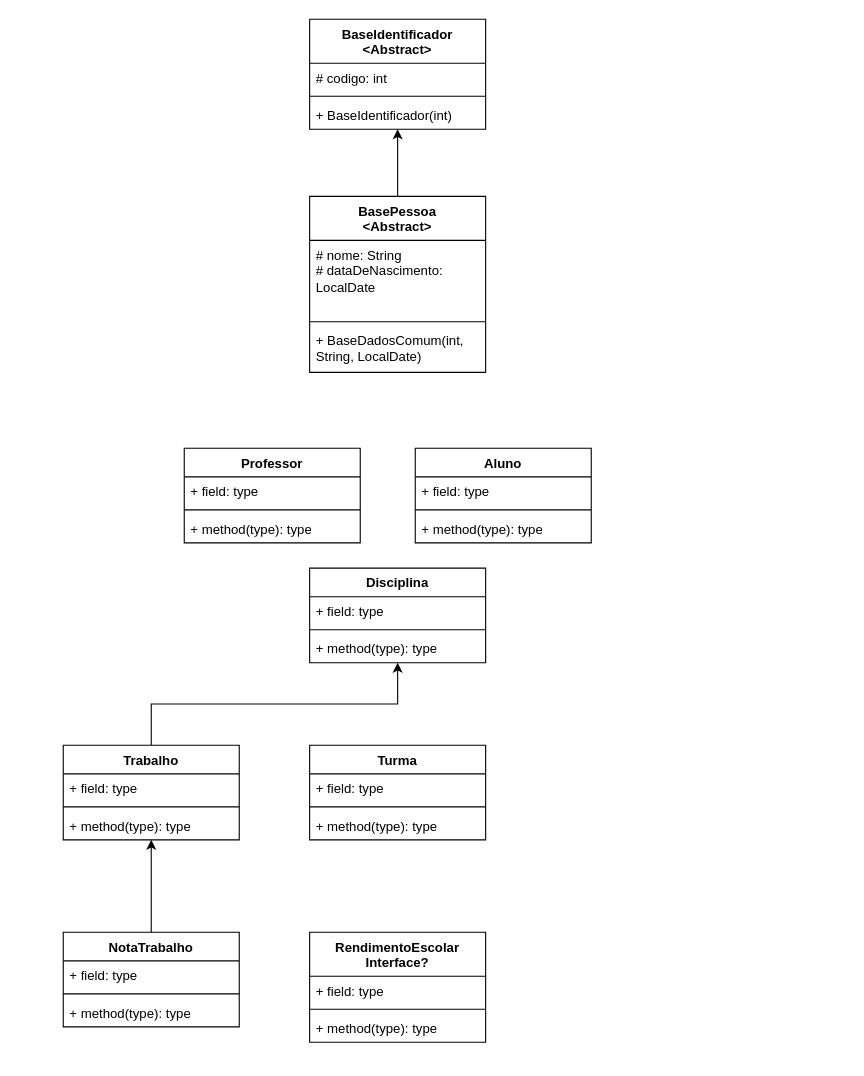
Before: Projeto Java.drawio in Le0nam/Projeto-Java, a draw.io diagram. Source tidied: cells renumbered, new cells numbered last; positions are measured from the earlier drawing's top-left corner, leaving out a move shared by most shapes. Both pictures are drawn from the tidied source at 110%, with x=0, y=0 at pixel (63, 19).
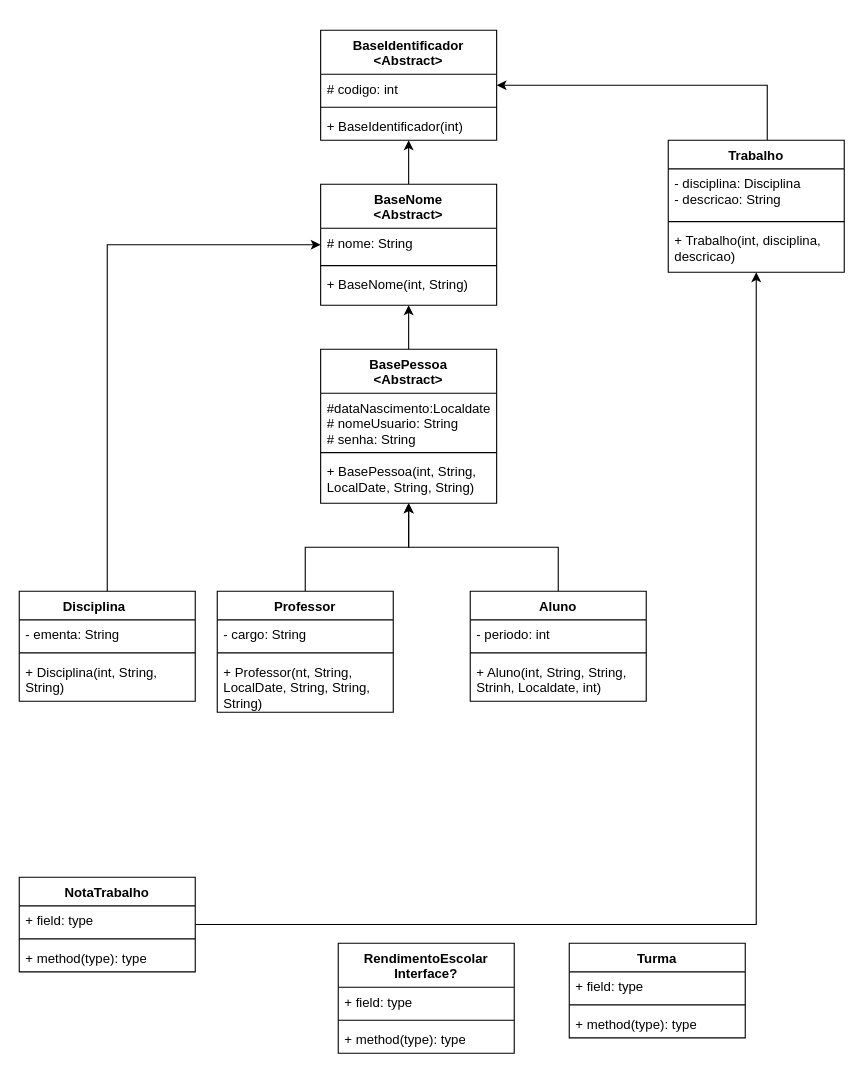
After the change.

Change to the diagram source:
```diff
@@
     <mxCell id="2" value="BaseIdentificador&lt;br&gt;&amp;lt;Abstract&amp;gt;" style="swimlane;fontStyle=1;align=center;verticalAlign=top;horizontal=1;startSize=40;whiteSpace=wrap;html=1;" parent="1" vertex="1">
-      <mxGeometry x="224" width="160" height="100" as="geometry" />
+      <mxGeometry x="234" y="10" width="160" height="100" as="geometry" />
     </mxCell>
@@
-    <mxCell id="4" style="line;strokeWidth=1;fillColor=none;align=left;verticalAlign=middle;spacingTop=-1;spacingLeft=3;spacingRight=3;labelPosition=right;strokeColor=inherit;" parent="2" vertex="1">
-      <mxGeometry y="66" width="160" height="8" as="geometry" />
-    </mxCell>
+    <mxCell id="41" style="line;strokeWidth=1;fillColor=none;align=left;verticalAlign=middle;spacingTop=-1;spacingLeft=3;spacingRight=3;labelPosition=right;strokeColor=inherit;" parent="2" vertex="1">
+      <mxGeometry y="66" width="160" height="8" as="geometry" />
+    </mxCell>
@@
+    <mxCell id="42" style="edgeStyle=orthogonalEdgeStyle;rounded=0;jettySize=auto;html=1;" parent="1" edge="1" source="6" target="15">
+      <mxGeometry relative="1" as="geometry" />
+    </mxCell>
     <mxCell id="6" value="Professor" style="swimlane;fontStyle=1;align=center;verticalAlign=top;horizontal=1;startSize=26;whiteSpace=wrap;html=1;" parent="1" vertex="1">
-      <mxGeometry x="110" y="390" width="160" height="86" as="geometry" />
+      <mxGeometry x="140" y="520" width="160" height="110" as="geometry" />
     </mxCell>
-    <mxCell id="7" value="+ field: type" style="text;strokeColor=none;fillColor=none;align=left;verticalAlign=top;spacingLeft=4;spacingRight=4;overflow=hidden;whiteSpace=wrap;html=1;" parent="6" vertex="1">
-      <mxGeometry y="26" width="160" height="26" as="geometry" />
-    </mxCell>
-    <mxCell id="8" style="line;strokeWidth=1;fillColor=none;align=left;verticalAlign=middle;spacingTop=-1;spacingLeft=3;spacingRight=3;labelPosition=right;strokeColor=inherit;" parent="6" vertex="1">
-      <mxGeometry y="52" width="160" height="8" as="geometry" />
-    </mxCell>
-    <mxCell id="9" value="+ method(type): type" style="text;strokeColor=none;fillColor=none;align=left;verticalAlign=top;spacingLeft=4;spacingRight=4;overflow=hidden;whiteSpace=wrap;html=1;" parent="6" vertex="1">
-      <mxGeometry y="60" width="160" height="26" as="geometry" />
-    </mxCell>
+    <mxCell id="43" value="- cargo: String" style="text;strokeColor=none;fillColor=none;align=left;verticalAlign=top;spacingLeft=4;spacingRight=4;overflow=hidden;whiteSpace=wrap;html=1;" parent="6" vertex="1">
+      <mxGeometry y="26" width="160" height="26" as="geometry" />
+    </mxCell>
+    <mxCell id="44" style="line;strokeWidth=1;fillColor=none;align=left;verticalAlign=middle;spacingTop=-1;spacingLeft=3;spacingRight=3;labelPosition=right;strokeColor=inherit;" parent="6" vertex="1">
+      <mxGeometry y="52" width="160" height="8" as="geometry" />
+    </mxCell>
+    <mxCell id="45" value="+ Professor(nt, String, LocalDate, String, String, String)" style="text;strokeColor=none;fillColor=none;align=left;verticalAlign=top;spacingLeft=4;spacingRight=4;overflow=hidden;whiteSpace=wrap;html=1;" parent="6" vertex="1">
+      <mxGeometry y="60" width="160" height="50" as="geometry" />
+    </mxCell>
+    <mxCell id="46" style="edgeStyle=orthogonalEdgeStyle;rounded=0;jettySize=auto;html=1;" parent="1" edge="1" source="10" target="51">
+      <mxGeometry relative="1" as="geometry">
+        <Array as="points">
+          <mxPoint x="40" y="205" />
+        </Array>
+      </mxGeometry>
+    </mxCell>
-    <mxCell id="10" value="Disciplina" style="swimlane;fontStyle=1;align=center;verticalAlign=top;horizontal=1;startSize=26;whiteSpace=wrap;html=1;" parent="1" vertex="1">
-      <mxGeometry x="224" y="499" width="160" height="86" as="geometry" />
+    <mxCell id="10" value="Disciplina&lt;span style=&quot;white-space: pre;&quot;&gt;&#9;&lt;/span&gt;" style="swimlane;fontStyle=1;align=center;verticalAlign=top;horizontal=1;startSize=26;whiteSpace=wrap;html=1;" parent="1" vertex="1">
+      <mxGeometry x="-40" y="520" width="160" height="100" as="geometry" />
     </mxCell>
-    <mxCell id="11" value="+ field: type" style="text;strokeColor=none;fillColor=none;align=left;verticalAlign=top;spacingLeft=4;spacingRight=4;overflow=hidden;whiteSpace=wrap;html=1;" parent="10" vertex="1">
-      <mxGeometry y="26" width="160" height="26" as="geometry" />
-    </mxCell>
-    <mxCell id="12" style="line;strokeWidth=1;fillColor=none;align=left;verticalAlign=middle;spacingTop=-1;spacingLeft=3;spacingRight=3;labelPosition=right;strokeColor=inherit;" parent="10" vertex="1">
-      <mxGeometry y="52" width="160" height="8" as="geometry" />
-    </mxCell>
-    <mxCell id="13" value="+ method(type): type" style="text;strokeColor=none;fillColor=none;align=left;verticalAlign=top;spacingLeft=4;spacingRight=4;overflow=hidden;whiteSpace=wrap;html=1;" parent="10" vertex="1">
-      <mxGeometry y="60" width="160" height="26" as="geometry" />
-    </mxCell>
-    <mxCell id="14" style="edgeStyle=orthogonalEdgeStyle;rounded=0;jettySize=auto;html=1;" parent="1" edge="1" source="15" target="2">
-      <mxGeometry relative="1" as="geometry" />
-    </mxCell>
-    <mxCell id="15" value="BasePessoa&lt;br&gt;&amp;lt;Abstract&amp;gt;" style="swimlane;fontStyle=1;align=center;verticalAlign=top;horizontal=1;startSize=40;whiteSpace=wrap;html=1;" parent="1" vertex="1">
-      <mxGeometry x="224" y="161" width="160" height="160" as="geometry" />
-    </mxCell>
-    <mxCell id="16" value="# nome: String&lt;br&gt;# dataDeNascimento:&lt;br&gt;LocalDate&lt;br&gt;" style="text;strokeColor=none;fillColor=none;align=left;verticalAlign=top;spacingLeft=4;spacingRight=4;overflow=hidden;whiteSpace=wrap;html=1;" parent="15" vertex="1">
-      <mxGeometry y="40" width="160" height="70" as="geometry" />
-    </mxCell>
-    <mxCell id="17" style="line;strokeWidth=1;fillColor=none;align=left;verticalAlign=middle;spacingTop=-1;spacingLeft=3;spacingRight=3;labelPosition=right;strokeColor=inherit;" parent="15" vertex="1">
-      <mxGeometry y="110" width="160" height="8" as="geometry" />
-    </mxCell>
-    <mxCell id="18" value="+ BaseDadosComum(int, String, LocalDate)" style="text;strokeColor=none;fillColor=none;align=left;verticalAlign=top;spacingLeft=4;spacingRight=4;overflow=hidden;whiteSpace=wrap;html=1;" parent="15" vertex="1">
-      <mxGeometry y="118" width="160" height="42" as="geometry" />
-    </mxCell>
+    <mxCell id="47" value="- ementa: String" style="text;strokeColor=none;fillColor=none;align=left;verticalAlign=top;spacingLeft=4;spacingRight=4;overflow=hidden;whiteSpace=wrap;html=1;" parent="10" vertex="1">
+      <mxGeometry y="26" width="160" height="26" as="geometry" />
+    </mxCell>
+    <mxCell id="48" style="line;strokeWidth=1;fillColor=none;align=left;verticalAlign=middle;spacingTop=-1;spacingLeft=3;spacingRight=3;labelPosition=right;strokeColor=inherit;" parent="10" vertex="1">
+      <mxGeometry y="52" width="160" height="8" as="geometry" />
+    </mxCell>
+    <mxCell id="49" value="+ Disciplina(int, String, String)" style="text;strokeColor=none;fillColor=none;align=left;verticalAlign=top;spacingLeft=4;spacingRight=4;overflow=hidden;whiteSpace=wrap;html=1;" parent="10" vertex="1">
+      <mxGeometry y="60" width="160" height="40" as="geometry" />
+    </mxCell>
+    <mxCell id="50" style="edgeStyle=orthogonalEdgeStyle;rounded=0;jettySize=auto;html=1;" parent="1" edge="1" source="51" target="2">
+      <mxGeometry relative="1" as="geometry" />
+    </mxCell>
+    <mxCell id="51" value="BaseNome&lt;br&gt;&amp;lt;Abstract&amp;gt;" style="swimlane;fontStyle=1;align=center;verticalAlign=top;horizontal=1;startSize=40;whiteSpace=wrap;html=1;" parent="1" vertex="1">
+      <mxGeometry x="234" y="150" width="160" height="110" as="geometry" />
+    </mxCell>
+    <mxCell id="52" value="# nome: String&lt;br&gt;" style="text;strokeColor=none;fillColor=none;align=left;verticalAlign=top;spacingLeft=4;spacingRight=4;overflow=hidden;whiteSpace=wrap;html=1;" parent="51" vertex="1">
+      <mxGeometry y="40" width="160" height="30" as="geometry" />
+    </mxCell>
+    <mxCell id="53" style="line;strokeWidth=1;fillColor=none;align=left;verticalAlign=middle;spacingTop=-1;spacingLeft=3;spacingRight=3;labelPosition=right;strokeColor=inherit;" parent="51" vertex="1">
+      <mxGeometry y="70" width="160" height="8" as="geometry" />
+    </mxCell>
+    <mxCell id="54" value="+ BaseNome(int, String)" style="text;strokeColor=none;fillColor=none;align=left;verticalAlign=top;spacingLeft=4;spacingRight=4;overflow=hidden;whiteSpace=wrap;html=1;" parent="51" vertex="1">
+      <mxGeometry y="78" width="160" height="32" as="geometry" />
+    </mxCell>
     <mxCell id="19" value="Turma" style="swimlane;fontStyle=1;align=center;verticalAlign=top;horizontal=1;startSize=26;whiteSpace=wrap;html=1;" parent="1" vertex="1">
-      <mxGeometry x="224" y="660" width="160" height="86" as="geometry" />
+      <mxGeometry x="460" y="840" width="160" height="86" as="geometry" />
     </mxCell>
-    <mxCell id="20" value="+ field: type" style="text;strokeColor=none;fillColor=none;align=left;verticalAlign=top;spacingLeft=4;spacingRight=4;overflow=hidden;whiteSpace=wrap;html=1;" parent="19" vertex="1">
-      <mxGeometry y="26" width="160" height="26" as="geometry" />
-    </mxCell>
-    <mxCell id="21" style="line;strokeWidth=1;fillColor=none;align=left;verticalAlign=middle;spacingTop=-1;spacingLeft=3;spacingRight=3;labelPosition=right;strokeColor=inherit;" parent="19" vertex="1">
-      <mxGeometry y="52" width="160" height="8" as="geometry" />
-    </mxCell>
-    <mxCell id="22" value="+ method(type): type" style="text;strokeColor=none;fillColor=none;align=left;verticalAlign=top;spacingLeft=4;spacingRight=4;overflow=hidden;whiteSpace=wrap;html=1;" parent="19" vertex="1">
-      <mxGeometry y="60" width="160" height="26" as="geometry" />
-    </mxCell>
-    <mxCell id="23" style="edgeStyle=orthogonalEdgeStyle;rounded=0;jettySize=auto;html=1;exitX=0.5;exitY=0;exitDx=0;exitDy=0;" parent="1" edge="1" source="24" target="10">
-      <mxGeometry relative="1" as="geometry" />
-    </mxCell>
+    <mxCell id="55" value="+ field: type" style="text;strokeColor=none;fillColor=none;align=left;verticalAlign=top;spacingLeft=4;spacingRight=4;overflow=hidden;whiteSpace=wrap;html=1;" parent="19" vertex="1">
+      <mxGeometry y="26" width="160" height="26" as="geometry" />
+    </mxCell>
+    <mxCell id="56" style="line;strokeWidth=1;fillColor=none;align=left;verticalAlign=middle;spacingTop=-1;spacingLeft=3;spacingRight=3;labelPosition=right;strokeColor=inherit;" parent="19" vertex="1">
+      <mxGeometry y="52" width="160" height="8" as="geometry" />
+    </mxCell>
+    <mxCell id="57" value="+ method(type): type" style="text;strokeColor=none;fillColor=none;align=left;verticalAlign=top;spacingLeft=4;spacingRight=4;overflow=hidden;whiteSpace=wrap;html=1;" parent="19" vertex="1">
+      <mxGeometry y="60" width="160" height="26" as="geometry" />
+    </mxCell>
+    <mxCell id="58" style="edgeStyle=orthogonalEdgeStyle;rounded=0;jettySize=auto;html=1;" parent="1" edge="1" source="24" target="2">
+      <mxGeometry relative="1" as="geometry">
+        <Array as="points">
+          <mxPoint x="640" y="60" />
+        </Array>
+      </mxGeometry>
+    </mxCell>
     <mxCell id="24" value="Trabalho" style="swimlane;fontStyle=1;align=center;verticalAlign=top;horizontal=1;startSize=26;whiteSpace=wrap;html=1;" parent="1" vertex="1">
-      <mxGeometry y="660" width="160" height="86" as="geometry" />
+      <mxGeometry x="550" y="110" width="160" height="120" as="geometry" />
     </mxCell>
-    <mxCell id="25" value="+ field: type" style="text;strokeColor=none;fillColor=none;align=left;verticalAlign=top;spacingLeft=4;spacingRight=4;overflow=hidden;whiteSpace=wrap;html=1;" parent="24" vertex="1">
-      <mxGeometry y="26" width="160" height="26" as="geometry" />
-    </mxCell>
-    <mxCell id="26" style="line;strokeWidth=1;fillColor=none;align=left;verticalAlign=middle;spacingTop=-1;spacingLeft=3;spacingRight=3;labelPosition=right;strokeColor=inherit;" parent="24" vertex="1">
-      <mxGeometry y="52" width="160" height="8" as="geometry" />
-    </mxCell>
-    <mxCell id="27" value="+ method(type): type" style="text;strokeColor=none;fillColor=none;align=left;verticalAlign=top;spacingLeft=4;spacingRight=4;overflow=hidden;whiteSpace=wrap;html=1;" parent="24" vertex="1">
-      <mxGeometry y="60" width="160" height="26" as="geometry" />
-    </mxCell>
+    <mxCell id="59" value="- disciplina: Disciplina&lt;br&gt;- descricao: String" style="text;strokeColor=none;fillColor=none;align=left;verticalAlign=top;spacingLeft=4;spacingRight=4;overflow=hidden;whiteSpace=wrap;html=1;" parent="24" vertex="1">
+      <mxGeometry y="26" width="160" height="44" as="geometry" />
+    </mxCell>
+    <mxCell id="60" style="line;strokeWidth=1;fillColor=none;align=left;verticalAlign=middle;spacingTop=-1;spacingLeft=3;spacingRight=3;labelPosition=right;strokeColor=inherit;" parent="24" vertex="1">
+      <mxGeometry y="70" width="160" height="8" as="geometry" />
+    </mxCell>
+    <mxCell id="61" value="+ Trabalho(int, disciplina, descricao)" style="text;strokeColor=none;fillColor=none;align=left;verticalAlign=top;spacingLeft=4;spacingRight=4;overflow=hidden;whiteSpace=wrap;html=1;" parent="24" vertex="1">
+      <mxGeometry y="78" width="160" height="42" as="geometry" />
+    </mxCell>
@@
     <mxCell id="29" value="NotaTrabalho" style="swimlane;fontStyle=1;align=center;verticalAlign=top;horizontal=1;startSize=26;whiteSpace=wrap;html=1;" parent="1" vertex="1">
-      <mxGeometry y="830" width="160" height="86" as="geometry" />
+      <mxGeometry x="-40" y="780" width="160" height="86" as="geometry" />
     </mxCell>
-    <mxCell id="30" value="+ field: type" style="text;strokeColor=none;fillColor=none;align=left;verticalAlign=top;spacingLeft=4;spacingRight=4;overflow=hidden;whiteSpace=wrap;html=1;" parent="29" vertex="1">
-      <mxGeometry y="26" width="160" height="26" as="geometry" />
-    </mxCell>
-    <mxCell id="31" style="line;strokeWidth=1;fillColor=none;align=left;verticalAlign=middle;spacingTop=-1;spacingLeft=3;spacingRight=3;labelPosition=right;strokeColor=inherit;" parent="29" vertex="1">
-      <mxGeometry y="52" width="160" height="8" as="geometry" />
-    </mxCell>
-    <mxCell id="32" value="+ method(type): type" style="text;strokeColor=none;fillColor=none;align=left;verticalAlign=top;spacingLeft=4;spacingRight=4;overflow=hidden;whiteSpace=wrap;html=1;" parent="29" vertex="1">
-      <mxGeometry y="60" width="160" height="26" as="geometry" />
-    </mxCell>
+    <mxCell id="62" value="+ field: type" style="text;strokeColor=none;fillColor=none;align=left;verticalAlign=top;spacingLeft=4;spacingRight=4;overflow=hidden;whiteSpace=wrap;html=1;" parent="29" vertex="1">
+      <mxGeometry y="26" width="160" height="26" as="geometry" />
+    </mxCell>
+    <mxCell id="63" style="line;strokeWidth=1;fillColor=none;align=left;verticalAlign=middle;spacingTop=-1;spacingLeft=3;spacingRight=3;labelPosition=right;strokeColor=inherit;" parent="29" vertex="1">
+      <mxGeometry y="52" width="160" height="8" as="geometry" />
+    </mxCell>
+    <mxCell id="64" value="+ method(type): type" style="text;strokeColor=none;fillColor=none;align=left;verticalAlign=top;spacingLeft=4;spacingRight=4;overflow=hidden;whiteSpace=wrap;html=1;" parent="29" vertex="1">
+      <mxGeometry y="60" width="160" height="26" as="geometry" />
+    </mxCell>
     <mxCell id="33" value="RendimentoEscolar&lt;br&gt;Interface?" style="swimlane;fontStyle=1;align=center;verticalAlign=top;horizontal=1;startSize=40;whiteSpace=wrap;html=1;" parent="1" vertex="1">
-      <mxGeometry x="224" y="830" width="160" height="100" as="geometry" />
+      <mxGeometry x="250" y="840" width="160" height="100" as="geometry" />
     </mxCell>
@@
-    <mxCell id="35" style="line;strokeWidth=1;fillColor=none;align=left;verticalAlign=middle;spacingTop=-1;spacingLeft=3;spacingRight=3;labelPosition=right;strokeColor=inherit;" parent="33" vertex="1">
-      <mxGeometry y="66" width="160" height="8" as="geometry" />
-    </mxCell>
+    <mxCell id="65" style="line;strokeWidth=1;fillColor=none;align=left;verticalAlign=middle;spacingTop=-1;spacingLeft=3;spacingRight=3;labelPosition=right;strokeColor=inherit;" parent="33" vertex="1">
+      <mxGeometry y="66" width="160" height="8" as="geometry" />
+    </mxCell>
@@
+    <mxCell id="66" style="edgeStyle=orthogonalEdgeStyle;rounded=0;jettySize=auto;html=1;" parent="1" edge="1" source="37" target="15">
+      <mxGeometry relative="1" as="geometry" />
+    </mxCell>
     <mxCell id="37" value="Aluno" style="swimlane;fontStyle=1;align=center;verticalAlign=top;horizontal=1;startSize=26;whiteSpace=wrap;html=1;" parent="1" vertex="1">
-      <mxGeometry x="320" y="390" width="160" height="86" as="geometry" />
+      <mxGeometry x="370" y="520" width="160" height="100" as="geometry" />
     </mxCell>
-    <mxCell id="38" value="+ field: type" style="text;strokeColor=none;fillColor=none;align=left;verticalAlign=top;spacingLeft=4;spacingRight=4;overflow=hidden;whiteSpace=wrap;html=1;" parent="37" vertex="1">
-      <mxGeometry y="26" width="160" height="26" as="geometry" />
-    </mxCell>
-    <mxCell id="39" style="line;strokeWidth=1;fillColor=none;align=left;verticalAlign=middle;spacingTop=-1;spacingLeft=3;spacingRight=3;labelPosition=right;strokeColor=inherit;" parent="37" vertex="1">
-      <mxGeometry y="52" width="160" height="8" as="geometry" />
-    </mxCell>
-    <mxCell id="40" value="+ method(type): type" style="text;strokeColor=none;fillColor=none;align=left;verticalAlign=top;spacingLeft=4;spacingRight=4;overflow=hidden;whiteSpace=wrap;html=1;" parent="37" vertex="1">
-      <mxGeometry y="60" width="160" height="26" as="geometry" />
-    </mxCell>
+    <mxCell id="67" value="- periodo: int" style="text;strokeColor=none;fillColor=none;align=left;verticalAlign=top;spacingLeft=4;spacingRight=4;overflow=hidden;whiteSpace=wrap;html=1;" parent="37" vertex="1">
+      <mxGeometry y="26" width="160" height="26" as="geometry" />
+    </mxCell>
+    <mxCell id="68" style="line;strokeWidth=1;fillColor=none;align=left;verticalAlign=middle;spacingTop=-1;spacingLeft=3;spacingRight=3;labelPosition=right;strokeColor=inherit;" parent="37" vertex="1">
+      <mxGeometry y="52" width="160" height="8" as="geometry" />
+    </mxCell>
+    <mxCell id="69" value="+ Aluno(int, String, String, Strinh, Localdate, int)" style="text;strokeColor=none;fillColor=none;align=left;verticalAlign=top;spacingLeft=4;spacingRight=4;overflow=hidden;whiteSpace=wrap;html=1;" parent="37" vertex="1">
+      <mxGeometry y="60" width="160" height="40" as="geometry" />
+    </mxCell>
+    <mxCell id="70" style="edgeStyle=orthogonalEdgeStyle;rounded=0;jettySize=auto;html=1;" parent="1" edge="1" source="15" target="51">
+      <mxGeometry relative="1" as="geometry" />
+    </mxCell>
+    <mxCell id="15" value="BasePessoa&lt;br&gt;&amp;lt;Abstract&amp;gt;" style="swimlane;fontStyle=1;align=center;verticalAlign=top;horizontal=1;startSize=40;whiteSpace=wrap;html=1;" parent="1" vertex="1">
+      <mxGeometry x="234" y="300" width="160" height="140" as="geometry" />
+    </mxCell>
+    <mxCell id="71" value="#dataNascimento:Localdate&lt;br&gt;# nomeUsuario: String&lt;br&gt;# senha: String" style="text;strokeColor=none;fillColor=none;align=left;verticalAlign=top;spacingLeft=4;spacingRight=4;overflow=hidden;whiteSpace=wrap;html=1;" parent="15" vertex="1">
+      <mxGeometry y="40" width="160" height="50" as="geometry" />
+    </mxCell>
+    <mxCell id="72" style="line;strokeWidth=1;fillColor=none;align=left;verticalAlign=middle;spacingTop=-1;spacingLeft=3;spacingRight=3;labelPosition=right;strokeColor=inherit;" parent="15" vertex="1">
+      <mxGeometry y="90" width="160" height="8" as="geometry" />
+    </mxCell>
+    <mxCell id="73" value="+ BasePessoa(int, String, LocalDate, String, String)" style="text;strokeColor=none;fillColor=none;align=left;verticalAlign=top;spacingLeft=4;spacingRight=4;overflow=hidden;whiteSpace=wrap;html=1;" parent="15" vertex="1">
+      <mxGeometry y="98" width="160" height="42" as="geometry" />
+    </mxCell>
```
